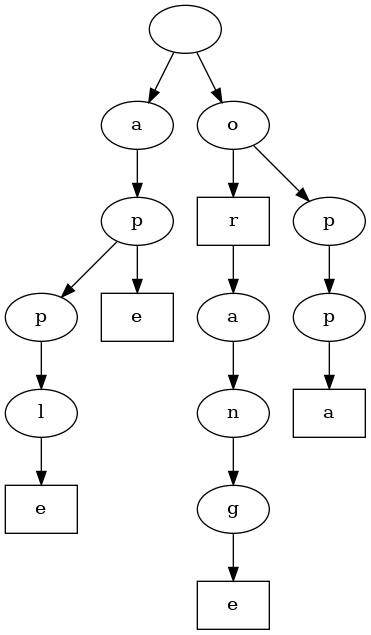
Before: trie.png, a diagram exported from Graphviz (keithstellyes/Pretty-Data-Stuctures). Its source is kept beside it as trie.dot. Source of this version:
```dot


digraph {
    a [label=""];
    b [label="a"];
    c [label="p"];
    d [label="p"];
    e [label="l"];
    f [label="e", shape=box];
    g [label="e", shape=box];
    h [label="o"];
    i [label="r", shape=box];
    j [label="a"];
    k [label="n"];
    l [label="g"];
    m [label="e", shape=box];
    n [label="p"];
    o [label="p"];
    p [label="a", shape=box];
    e -> f;
    d -> e;
    c -> d;
    c -> g;
    b -> c;
    a -> b;
    l -> m;
    k -> l;
    j -> k;
    i -> j;
    h -> i;
    o -> p;
    n -> o;
    h -> n;
    a -> h;
}
```
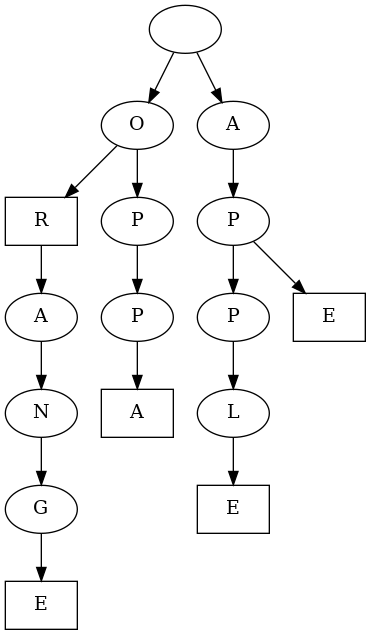
Later version of the same file.

The edit, as a diff of the source:
```diff
@@ -1,35 +1,33 @@
-
-
 digraph {
     a [label=""];
-    b [label="a"];
-    c [label="p"];
-    d [label="p"];
-    e [label="l"];
-    f [label="e", shape=box];
-    g [label="e", shape=box];
-    h [label="o"];
-    i [label="r", shape=box];
-    j [label="a"];
-    k [label="n"];
-    l [label="g"];
-    m [label="e", shape=box];
-    n [label="p"];
-    o [label="p"];
-    p [label="a", shape=box];
+    b [label="O"];
+    c [label="R", shape=box];
+    d [label="A"];
+    e [label="N"];
+    f [label="G"];
+    g [label="E", shape=box];
+    h [label="P"];
+    i [label="P"];
+    j [label="A", shape=box];
+    k [label="A"];
+    l [label="P"];
+    m [label="P"];
+    n [label="L"];
+    o [label="E", shape=box];
+    p [label="E", shape=box];
+    f -> g;
     e -> f;
     d -> e;
     c -> d;
-    c -> g;
     b -> c;
-    a -> b;
-    l -> m;
-    k -> l;
-    j -> k;
     i -> j;
     h -> i;
-    o -> p;
+    b -> h;
+    a -> b;
     n -> o;
-    h -> n;
-    a -> h;
+    m -> n;
+    l -> m;
+    l -> p;
+    k -> l;
+    a -> k;
 }
```
